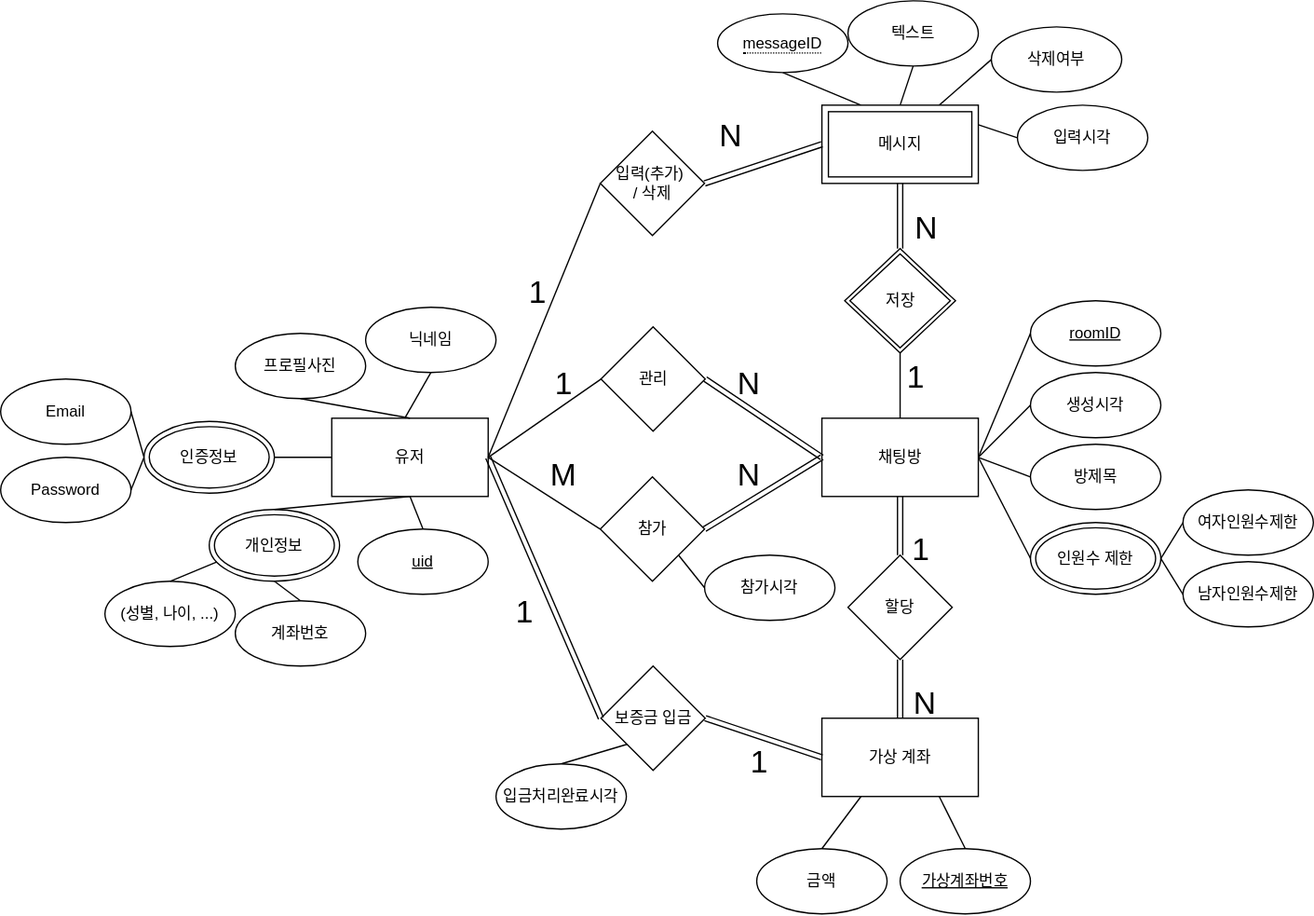
Before: diagrams/DB_conceptual_design.drawio.svg, a diagram exported from draw.io (RGB234/meeting_app). Source tidied: cells renumbered, new cells last; positions are measured from the earlier drawing's top-left corner, leaving out a move shared by most shapes. The source it was exported from:
```xml
<mxGraphModel>
  <root>
    <mxCell id="0" />
    <mxCell id="1" parent="0" />
    <mxCell id="2" value="관리" style="rhombus;whiteSpace=wrap;html=1;" parent="1" vertex="1">
      <mxGeometry x="460.5" y="250" width="80" height="80" as="geometry" />
    </mxCell>
    <mxCell id="3" value="참가" style="rhombus;whiteSpace=wrap;html=1;" parent="1" vertex="1">
      <mxGeometry x="460" y="365" width="80" height="80" as="geometry" />
    </mxCell>
    <mxCell id="4" value="유저" style="rounded=0;whiteSpace=wrap;html=1;" parent="1" vertex="1">
      <mxGeometry x="254" y="320" width="120" height="60" as="geometry" />
    </mxCell>
    <mxCell id="5" value="채팅방" style="rounded=0;whiteSpace=wrap;html=1;" parent="1" vertex="1">
      <mxGeometry x="630" y="320" width="120" height="60" as="geometry" />
    </mxCell>
    <mxCell id="6" value="입력(추가)&amp;nbsp;&lt;div&gt;/ 삭제&lt;/div&gt;" style="rhombus;whiteSpace=wrap;html=1;" parent="1" vertex="1">
      <mxGeometry x="460" y="100" width="80" height="80" as="geometry" />
    </mxCell>
    <mxCell id="7" value="프로필사진" style="ellipse;whiteSpace=wrap;html=1;" parent="1" vertex="1">
      <mxGeometry x="180" y="255" width="100" height="50" as="geometry" />
    </mxCell>
    <mxCell id="8" value="개인정보" style="ellipse;shape=doubleEllipse;whiteSpace=wrap;html=1;" parent="1" vertex="1">
      <mxGeometry x="160" y="390" width="100" height="55" as="geometry" />
    </mxCell>
    <mxCell id="9" value="닉네임" style="ellipse;whiteSpace=wrap;html=1;" parent="1" vertex="1">
      <mxGeometry x="280" y="235" width="100" height="50" as="geometry" />
    </mxCell>
    <mxCell id="10" value="&lt;u&gt;uid&lt;/u&gt;" style="ellipse;whiteSpace=wrap;html=1;" parent="1" vertex="1">
      <mxGeometry x="274" y="405" width="100" height="50" as="geometry" />
    </mxCell>
    <mxCell id="11" value="방제목" style="ellipse;whiteSpace=wrap;html=1;" parent="1" vertex="1">
      <mxGeometry x="790" y="340" width="100" height="50" as="geometry" />
    </mxCell>
    <mxCell id="12" value="남자인원수제한" style="ellipse;whiteSpace=wrap;html=1;" parent="1" vertex="1">
      <mxGeometry x="907" y="430" width="100" height="50" as="geometry" />
    </mxCell>
    <mxCell id="13" value="여자&lt;span style=&quot;background-color: initial;&quot;&gt;인원수제한&lt;/span&gt;" style="ellipse;whiteSpace=wrap;html=1;" parent="1" vertex="1">
      <mxGeometry x="907" y="375" width="100" height="50" as="geometry" />
    </mxCell>
    <mxCell id="14" style="edgeStyle=orthogonalEdgeStyle;rounded=0;orthogonalLoop=1;jettySize=auto;html=1;exitX=0.5;exitY=1;exitDx=0;exitDy=0;" parent="1" edge="1" source="5" target="5">
      <mxGeometry relative="1" as="geometry" />
    </mxCell>
    <mxCell id="15" value="인원수 제한" style="ellipse;shape=doubleEllipse;whiteSpace=wrap;html=1;" parent="1" vertex="1">
      <mxGeometry x="790" y="400" width="100" height="55" as="geometry" />
    </mxCell>
    <mxCell id="16" value="생성시각" style="ellipse;whiteSpace=wrap;html=1;" parent="1" vertex="1">
      <mxGeometry x="790" y="285" width="100" height="50" as="geometry" />
    </mxCell>
    <mxCell id="17" value="&lt;u&gt;roomID&lt;/u&gt;" style="ellipse;whiteSpace=wrap;html=1;" parent="1" vertex="1">
      <mxGeometry x="790" y="230" width="100" height="50" as="geometry" />
    </mxCell>
    <mxCell id="18" value="참가&lt;span style=&quot;background-color: initial;&quot;&gt;시각&lt;/span&gt;" style="ellipse;whiteSpace=wrap;html=1;" parent="1" vertex="1">
      <mxGeometry x="540" y="425" width="100" height="50" as="geometry" />
    </mxCell>
    <mxCell id="19" value="Email" style="ellipse;whiteSpace=wrap;html=1;" parent="1" vertex="1">
      <mxGeometry y="290" width="100" height="50" as="geometry" />
    </mxCell>
    <mxCell id="20" value="Password" style="ellipse;whiteSpace=wrap;html=1;" parent="1" vertex="1">
      <mxGeometry y="350" width="100" height="50" as="geometry" />
    </mxCell>
    <mxCell id="21" style="endArrow=none;html=1;rounded=0;exitX=1;exitY=0.5;exitDx=0;exitDy=0;entryX=0;entryY=0.5;entryDx=0;entryDy=0;" parent="1" edge="1" source="19" target="23">
      <mxGeometry relative="1" as="geometry" />
    </mxCell>
    <mxCell id="22" style="endArrow=none;html=1;rounded=0;exitX=1;exitY=0.5;exitDx=0;exitDy=0;entryX=0;entryY=0.5;entryDx=0;entryDy=0;" parent="1" edge="1" source="20" target="23">
      <mxGeometry relative="1" as="geometry" />
    </mxCell>
    <mxCell id="23" value="인증정보" style="ellipse;shape=doubleEllipse;whiteSpace=wrap;html=1;" parent="1" vertex="1">
      <mxGeometry x="110" y="322.5" width="100" height="55" as="geometry" />
    </mxCell>
    <mxCell id="24" style="endArrow=none;html=1;rounded=0;entryX=0.5;entryY=0;entryDx=0;entryDy=0;exitX=0.5;exitY=1;exitDx=0;exitDy=0;" parent="1" edge="1" source="7" target="4">
      <mxGeometry relative="1" as="geometry" />
    </mxCell>
    <mxCell id="25" style="endArrow=none;html=1;rounded=0;exitX=0.5;exitY=1;exitDx=0;exitDy=0;" parent="1" edge="1" source="9">
      <mxGeometry relative="1" as="geometry">
        <mxPoint x="310" y="320" as="targetPoint" />
      </mxGeometry>
    </mxCell>
    <mxCell id="26" style="endArrow=none;html=1;rounded=0;entryX=0.5;entryY=1;entryDx=0;entryDy=0;exitX=0.5;exitY=0;exitDx=0;exitDy=0;" parent="1" edge="1" source="8" target="4">
      <mxGeometry relative="1" as="geometry" />
    </mxCell>
    <mxCell id="27" style="endArrow=none;html=1;rounded=0;exitX=0.5;exitY=1;exitDx=0;exitDy=0;entryX=0.5;entryY=0;entryDx=0;entryDy=0;" parent="1" edge="1" source="4" target="10">
      <mxGeometry relative="1" as="geometry" />
    </mxCell>
    <mxCell id="28" style="endArrow=none;html=1;rounded=0;exitX=1;exitY=0.5;exitDx=0;exitDy=0;entryX=0;entryY=0.5;entryDx=0;entryDy=0;" parent="1" edge="1" source="23" target="4">
      <mxGeometry relative="1" as="geometry" />
    </mxCell>
    <mxCell id="29" style="endArrow=none;html=1;rounded=0;exitX=1;exitY=0.5;exitDx=0;exitDy=0;entryX=0;entryY=0.5;entryDx=0;entryDy=0;" parent="1" edge="1" source="5" target="17">
      <mxGeometry relative="1" as="geometry" />
    </mxCell>
    <mxCell id="30" style="endArrow=none;html=1;rounded=0;entryX=0;entryY=0.5;entryDx=0;entryDy=0;exitX=1;exitY=0.5;exitDx=0;exitDy=0;" parent="1" edge="1" source="5" target="16">
      <mxGeometry relative="1" as="geometry" />
    </mxCell>
    <mxCell id="31" style="endArrow=none;html=1;rounded=0;entryX=1;entryY=0.5;entryDx=0;entryDy=0;exitX=0;exitY=0.5;exitDx=0;exitDy=0;" parent="1" edge="1" source="11" target="5">
      <mxGeometry relative="1" as="geometry" />
    </mxCell>
    <mxCell id="32" style="endArrow=none;html=1;rounded=0;exitX=0;exitY=0.5;exitDx=0;exitDy=0;entryX=1;entryY=0.5;entryDx=0;entryDy=0;" parent="1" edge="1" source="15" target="5">
      <mxGeometry relative="1" as="geometry" />
    </mxCell>
    <mxCell id="33" style="endArrow=none;html=1;rounded=0;entryX=0;entryY=0.5;entryDx=0;entryDy=0;exitX=1;exitY=0.5;exitDx=0;exitDy=0;" parent="1" edge="1" source="15" target="13">
      <mxGeometry relative="1" as="geometry" />
    </mxCell>
    <mxCell id="34" style="endArrow=none;html=1;rounded=0;entryX=0;entryY=0.5;entryDx=0;entryDy=0;exitX=1;exitY=0.5;exitDx=0;exitDy=0;" parent="1" edge="1" source="15" target="12">
      <mxGeometry relative="1" as="geometry" />
    </mxCell>
    <mxCell id="35" style="endArrow=none;html=1;rounded=0;entryX=1;entryY=1;entryDx=0;entryDy=0;exitX=0;exitY=0.5;exitDx=0;exitDy=0;" parent="1" edge="1" source="18" target="3">
      <mxGeometry relative="1" as="geometry" />
    </mxCell>
    <mxCell id="36" style="shape=link;html=1;rounded=0;exitX=1;exitY=0.5;exitDx=0;exitDy=0;entryX=0;entryY=0.5;entryDx=0;entryDy=0;" parent="1" edge="1" source="2" target="5">
      <mxGeometry relative="1" as="geometry" />
    </mxCell>
    <mxCell id="37" value="N" style="html=1;whiteSpace=wrap;align=right;verticalAlign=bottom;fontSize=24;" parent="36" vertex="1">
      <mxGeometry x="1" relative="1" as="geometry">
        <mxPoint x="-46" y="-40" as="offset" />
      </mxGeometry>
    </mxCell>
    <mxCell id="38" style="endArrow=none;html=1;rounded=0;entryX=1;entryY=0.5;entryDx=0;entryDy=0;exitX=0;exitY=0.5;exitDx=0;exitDy=0;" parent="1" edge="1" source="2" target="4">
      <mxGeometry relative="1" as="geometry" />
    </mxCell>
    <mxCell id="39" value="1" style="html=1;whiteSpace=wrap;align=right;verticalAlign=bottom;fontSize=24;direction=south;" parent="38" vertex="1">
      <mxGeometry x="1" relative="1" as="geometry">
        <mxPoint x="66" y="-40" as="offset" />
      </mxGeometry>
    </mxCell>
    <mxCell id="40" style="shape=link;html=1;rounded=0;entryX=0;entryY=0.5;entryDx=0;entryDy=0;exitX=1;exitY=0.5;exitDx=0;exitDy=0;" parent="1" edge="1" source="3" target="5">
      <mxGeometry relative="1" as="geometry" />
    </mxCell>
    <mxCell id="41" value="N" style="html=1;whiteSpace=wrap;align=right;verticalAlign=bottom;fontSize=24;" parent="40" vertex="1">
      <mxGeometry x="1" relative="1" as="geometry">
        <mxPoint x="-46" y="30" as="offset" />
      </mxGeometry>
    </mxCell>
    <mxCell id="42" style="endArrow=none;html=1;rounded=0;entryX=0;entryY=0.5;entryDx=0;entryDy=0;exitX=1;exitY=0.5;exitDx=0;exitDy=0;" parent="1" edge="1" source="4" target="3">
      <mxGeometry relative="1" as="geometry" />
    </mxCell>
    <mxCell id="43" value="&lt;font style=&quot;font-size: 24px;&quot;&gt;M&lt;/font&gt;" style="html=1;whiteSpace=wrap;align=left;verticalAlign=bottom;direction=south;" parent="42" vertex="1">
      <mxGeometry x="-1" relative="1" as="geometry">
        <mxPoint x="46" y="30" as="offset" />
      </mxGeometry>
    </mxCell>
    <mxCell id="44" value="할당" style="rhombus;whiteSpace=wrap;html=1;" parent="1" vertex="1">
      <mxGeometry x="650" y="425" width="80" height="80" as="geometry" />
    </mxCell>
    <mxCell id="45" value="&lt;u&gt;가상계좌번호&lt;/u&gt;" style="ellipse;whiteSpace=wrap;html=1;" parent="1" vertex="1">
      <mxGeometry x="690" y="650" width="100" height="50" as="geometry" />
    </mxCell>
    <mxCell id="46" value="금액" style="ellipse;whiteSpace=wrap;html=1;" parent="1" vertex="1">
      <mxGeometry x="580" y="650" width="100" height="50" as="geometry" />
    </mxCell>
    <mxCell id="47" style="endArrow=none;html=1;rounded=0;exitX=0.5;exitY=0;exitDx=0;exitDy=0;entryX=0.75;entryY=1;entryDx=0;entryDy=0;" parent="1" edge="1" source="45" target="49">
      <mxGeometry relative="1" as="geometry" />
    </mxCell>
    <mxCell id="48" style="endArrow=none;html=1;rounded=0;exitX=0.5;exitY=0;exitDx=0;exitDy=0;entryX=0.25;entryY=1;entryDx=0;entryDy=0;" parent="1" edge="1" source="46" target="49">
      <mxGeometry relative="1" as="geometry" />
    </mxCell>
    <mxCell id="49" value="가상 계좌" style="rounded=0;whiteSpace=wrap;html=1;" parent="1" vertex="1">
      <mxGeometry x="630" y="550" width="120" height="60" as="geometry" />
    </mxCell>
    <mxCell id="50" style="shape=link;html=1;rounded=0;entryX=0.5;entryY=1;entryDx=0;entryDy=0;exitX=0.5;exitY=0;exitDx=0;exitDy=0;" parent="1" edge="1" source="49" target="44">
      <mxGeometry relative="1" as="geometry" />
    </mxCell>
    <mxCell id="51" value="N" style="html=1;whiteSpace=wrap;align=right;verticalAlign=bottom;fontSize=24;" parent="50" vertex="1">
      <mxGeometry x="1" relative="1" as="geometry">
        <mxPoint x="29" y="50" as="offset" />
      </mxGeometry>
    </mxCell>
    <mxCell id="52" style="shape=link;html=1;rounded=0;entryX=0.5;entryY=1;entryDx=0;entryDy=0;exitX=0.5;exitY=0;exitDx=0;exitDy=0;" parent="1" edge="1" source="44" target="5">
      <mxGeometry relative="1" as="geometry" />
    </mxCell>
    <mxCell id="53" value="1" style="html=1;whiteSpace=wrap;align=right;verticalAlign=bottom;fontSize=24;" parent="52" vertex="1">
      <mxGeometry x="1" relative="1" as="geometry">
        <mxPoint x="24" y="57" as="offset" />
      </mxGeometry>
    </mxCell>
    <mxCell id="54" value="보증금 입금" style="rhombus;whiteSpace=wrap;html=1;" parent="1" vertex="1">
      <mxGeometry x="460.5" y="510" width="80" height="80" as="geometry" />
    </mxCell>
    <mxCell id="55" value="계좌번호" style="ellipse;whiteSpace=wrap;html=1;" parent="1" vertex="1">
      <mxGeometry x="180" y="460" width="100" height="50" as="geometry" />
    </mxCell>
    <mxCell id="56" style="endArrow=none;html=1;rounded=0;exitX=0.5;exitY=1;exitDx=0;exitDy=0;entryX=0.5;entryY=0;entryDx=0;entryDy=0;" parent="1" edge="1" source="8" target="55">
      <mxGeometry relative="1" as="geometry" />
    </mxCell>
    <mxCell id="57" value="(성별, 나이, ...)" style="ellipse;whiteSpace=wrap;html=1;" parent="1" vertex="1">
      <mxGeometry x="80" y="445" width="100" height="50" as="geometry" />
    </mxCell>
    <mxCell id="58" style="endArrow=none;html=1;rounded=0;entryX=0.5;entryY=0;entryDx=0;entryDy=0;exitX=0.057;exitY=0.733;exitDx=0;exitDy=0;exitPerimeter=0;" parent="1" edge="1" source="8" target="57">
      <mxGeometry relative="1" as="geometry" />
    </mxCell>
    <mxCell id="59" style="shape=link;html=1;rounded=0;entryX=1;entryY=0.5;entryDx=0;entryDy=0;exitX=0;exitY=0.5;exitDx=0;exitDy=0;" parent="1" edge="1" source="49" target="54">
      <mxGeometry relative="1" as="geometry" />
    </mxCell>
    <mxCell id="60" value="1" style="html=1;whiteSpace=wrap;align=right;verticalAlign=bottom;fontSize=24;" parent="59" vertex="1">
      <mxGeometry x="1" relative="1" as="geometry">
        <mxPoint x="50" y="50" as="offset" />
      </mxGeometry>
    </mxCell>
    <mxCell id="61" value="1" style="html=1;whiteSpace=wrap;align=right;verticalAlign=bottom;fontSize=24;" parent="1" vertex="1">
      <mxGeometry x="410" y="485" as="geometry" />
    </mxCell>
    <mxCell id="62" value="입력시각" style="ellipse;whiteSpace=wrap;html=1;" parent="1" vertex="1">
      <mxGeometry x="780" y="80" width="100" height="50" as="geometry" />
    </mxCell>
    <mxCell id="63" style="endArrow=none;html=1;rounded=0;entryX=0;entryY=0.5;entryDx=0;entryDy=0;exitX=1;exitY=0.25;exitDx=0;exitDy=0;" parent="1" edge="1" source="70" target="62">
      <mxGeometry relative="1" as="geometry" />
    </mxCell>
    <mxCell id="64" value="삭제여부" style="ellipse;whiteSpace=wrap;html=1;" parent="1" vertex="1">
      <mxGeometry x="760" y="20" width="100" height="50" as="geometry" />
    </mxCell>
    <mxCell id="65" value="텍스트" style="ellipse;whiteSpace=wrap;html=1;" parent="1" vertex="1">
      <mxGeometry x="650" width="100" height="50" as="geometry" />
    </mxCell>
    <mxCell id="66" style="endArrow=none;html=1;rounded=0;entryX=0.75;entryY=0;entryDx=0;entryDy=0;exitX=0;exitY=0.5;exitDx=0;exitDy=0;" parent="1" edge="1" source="64" target="70">
      <mxGeometry relative="1" as="geometry" />
    </mxCell>
    <mxCell id="67" style="endArrow=none;html=1;rounded=0;entryX=0.25;entryY=0;entryDx=0;entryDy=0;exitX=0.5;exitY=1;exitDx=0;exitDy=0;" parent="1" edge="1" source="71" target="70">
      <mxGeometry relative="1" as="geometry" />
    </mxCell>
    <mxCell id="68" style="endArrow=none;html=1;rounded=0;entryX=0.5;entryY=0;entryDx=0;entryDy=0;exitX=0.5;exitY=1;exitDx=0;exitDy=0;" parent="1" edge="1" source="65" target="70">
      <mxGeometry relative="1" as="geometry" />
    </mxCell>
    <mxCell id="69" value="저장" style="shape=rhombus;double=1;perimeter=rhombusPerimeter;whiteSpace=wrap;html=1;align=center;" parent="1" vertex="1">
      <mxGeometry x="647.5" y="190" width="85" height="80" as="geometry" />
    </mxCell>
    <mxCell id="70" value="메시지" style="shape=ext;margin=3;double=1;whiteSpace=wrap;html=1;align=center;" parent="1" vertex="1">
      <mxGeometry x="630" y="80" width="120" height="60" as="geometry" />
    </mxCell>
    <mxCell id="71" value="&lt;span style=&quot;border-bottom: 1px dotted&quot;&gt;messageID&lt;/span&gt;" style="ellipse;whiteSpace=wrap;html=1;align=center;" parent="1" vertex="1">
      <mxGeometry x="550" y="10" width="100" height="45" as="geometry" />
    </mxCell>
    <mxCell id="72" style="endArrow=none;html=1;rounded=0;entryX=1;entryY=0.5;entryDx=0;entryDy=0;exitX=0;exitY=0.5;exitDx=0;exitDy=0;" parent="1" edge="1" source="6" target="4">
      <mxGeometry relative="1" as="geometry" />
    </mxCell>
    <mxCell id="73" value="1" style="html=1;whiteSpace=wrap;align=right;verticalAlign=bottom;fontSize=24;direction=south;" parent="72" vertex="1">
      <mxGeometry x="1" relative="1" as="geometry">
        <mxPoint x="46" y="-110" as="offset" />
      </mxGeometry>
    </mxCell>
    <mxCell id="74" style="endArrow=none;html=1;rounded=0;entryX=0.5;entryY=0;entryDx=0;entryDy=0;exitX=0.5;exitY=1;exitDx=0;exitDy=0;" parent="1" edge="1" source="69" target="5">
      <mxGeometry relative="1" as="geometry" />
    </mxCell>
    <mxCell id="75" style="shape=link;html=1;rounded=0;entryX=0.5;entryY=1;entryDx=0;entryDy=0;exitX=0.5;exitY=0;exitDx=0;exitDy=0;" parent="1" edge="1" source="69" target="70">
      <mxGeometry relative="1" as="geometry" />
    </mxCell>
    <mxCell id="76" value="N" style="html=1;whiteSpace=wrap;align=right;verticalAlign=bottom;fontSize=24;" parent="75" vertex="1">
      <mxGeometry x="1" relative="1" as="geometry">
        <mxPoint x="30" y="51" as="offset" />
      </mxGeometry>
    </mxCell>
    <mxCell id="77" value="1" style="html=1;whiteSpace=wrap;align=right;verticalAlign=bottom;fontSize=24;" parent="1" vertex="1">
      <mxGeometry x="710" y="305" as="geometry" />
    </mxCell>
    <mxCell id="78" style="shape=link;html=1;rounded=0;entryX=0;entryY=0.5;entryDx=0;entryDy=0;exitX=1;exitY=0.5;exitDx=0;exitDy=0;" parent="1" edge="1" source="6" target="70">
      <mxGeometry relative="1" as="geometry" />
    </mxCell>
    <mxCell id="79" value="&lt;font style=&quot;font-size: 24px;&quot;&gt;N&lt;/font&gt;" style="html=1;whiteSpace=wrap;align=right;verticalAlign=bottom;" parent="78" vertex="1">
      <mxGeometry x="1" relative="1" as="geometry">
        <mxPoint x="-60" y="10" as="offset" />
      </mxGeometry>
    </mxCell>
    <mxCell id="80" style="endArrow=none;html=1;rounded=0;entryX=0;entryY=1;entryDx=0;entryDy=0;exitX=0.5;exitY=0;exitDx=0;exitDy=0;" parent="1" edge="1" source="81" target="54">
      <mxGeometry relative="1" as="geometry" />
    </mxCell>
    <mxCell id="81" value="&lt;span style=&quot;background-color: initial;&quot;&gt;입금처리완료시각&lt;/span&gt;" style="ellipse;whiteSpace=wrap;html=1;" parent="1" vertex="1">
      <mxGeometry x="380" y="585" width="100" height="50" as="geometry" />
    </mxCell>
    <mxCell id="82" style="shape=link;html=1;rounded=0;entryX=1;entryY=0.5;entryDx=0;entryDy=0;exitX=0;exitY=0.5;exitDx=0;exitDy=0;" parent="1" edge="1" source="54" target="4">
      <mxGeometry relative="1" as="geometry" />
    </mxCell>
  </root>
</mxGraphModel>
```
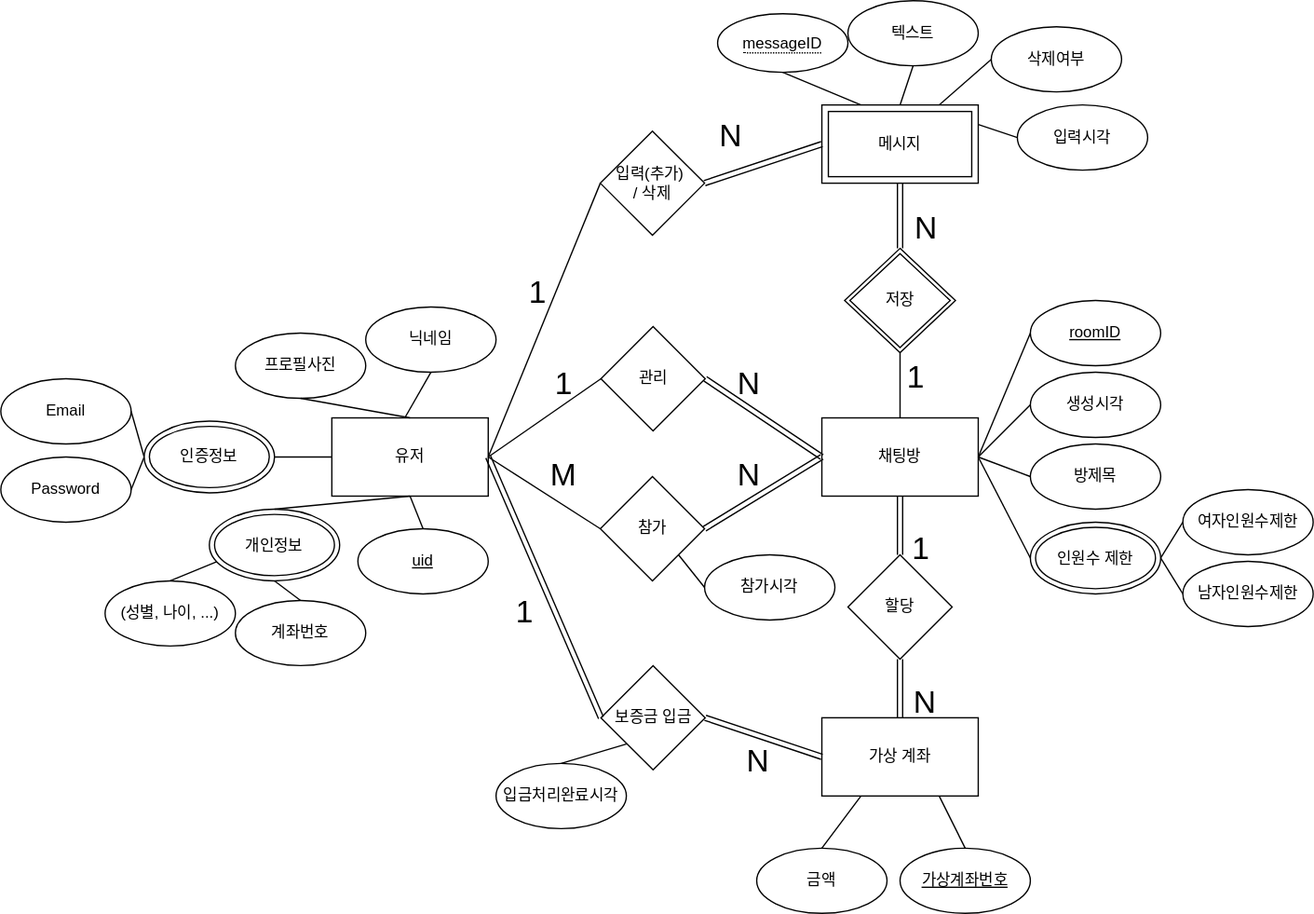
The same diagram one commit later.

The edit, as a diff of the source:
```diff
@@ -190,7 +190,7 @@
     <mxCell id="59" style="shape=link;html=1;rounded=0;entryX=1;entryY=0.5;entryDx=0;entryDy=0;exitX=0;exitY=0.5;exitDx=0;exitDy=0;" parent="1" edge="1" source="49" target="54">
       <mxGeometry relative="1" as="geometry" />
     </mxCell>
-    <mxCell id="60" value="1" style="html=1;whiteSpace=wrap;align=right;verticalAlign=bottom;fontSize=24;" parent="59" vertex="1">
+    <mxCell id="60" value="N" style="html=1;whiteSpace=wrap;align=right;verticalAlign=bottom;fontSize=24;" parent="59" vertex="1">
       <mxGeometry x="1" relative="1" as="geometry">
         <mxPoint x="50" y="50" as="offset" />
       </mxGeometry>
```
